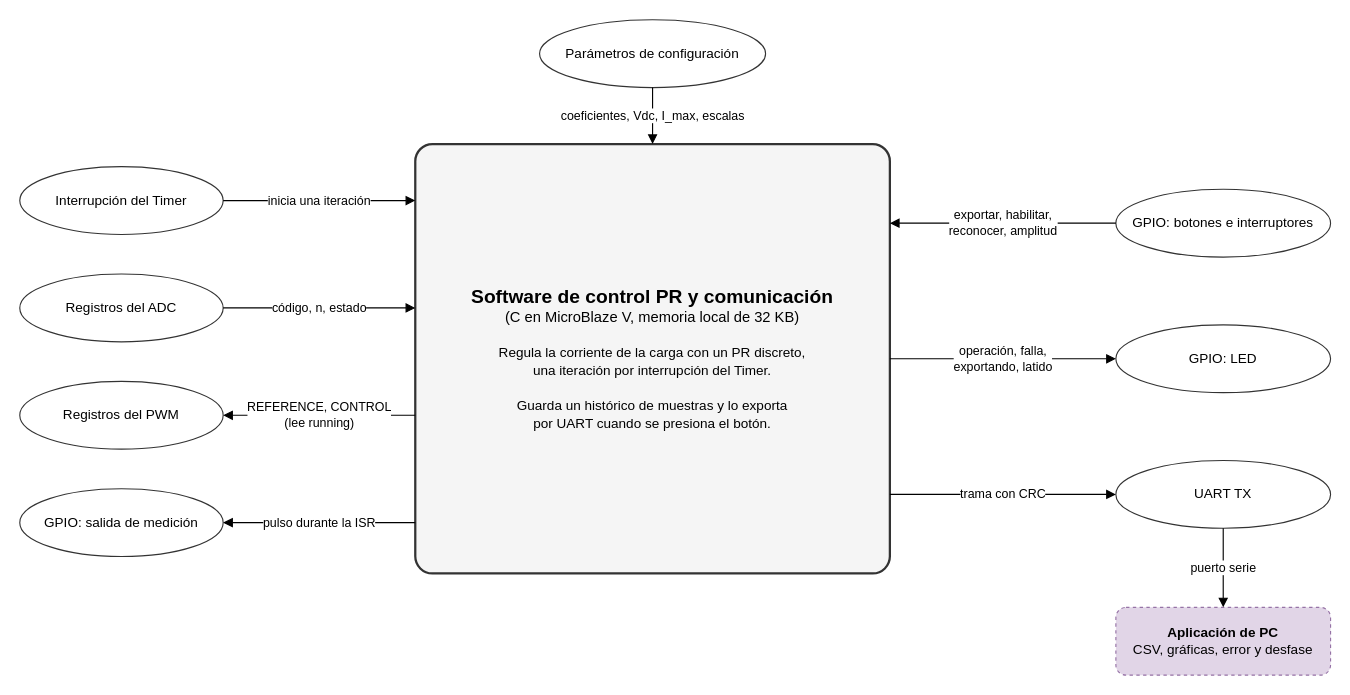
This is Proyecto4_Inversor_Monofasico/docs/diseno/img/nivel_3_software_caja_negra.drawio from aguilar697/Taller-Diseno-de-Sistemas-Digitales, a draw.io file, before an edit. Source tidied: cells renumbered, new cells numbered last; positions are measured from the earlier drawing's top-left corner, leaving out a move shared by most shapes. Both pictures are drawn from the tidied source at 113%, with x=0, y=0 at pixel (19, 19).
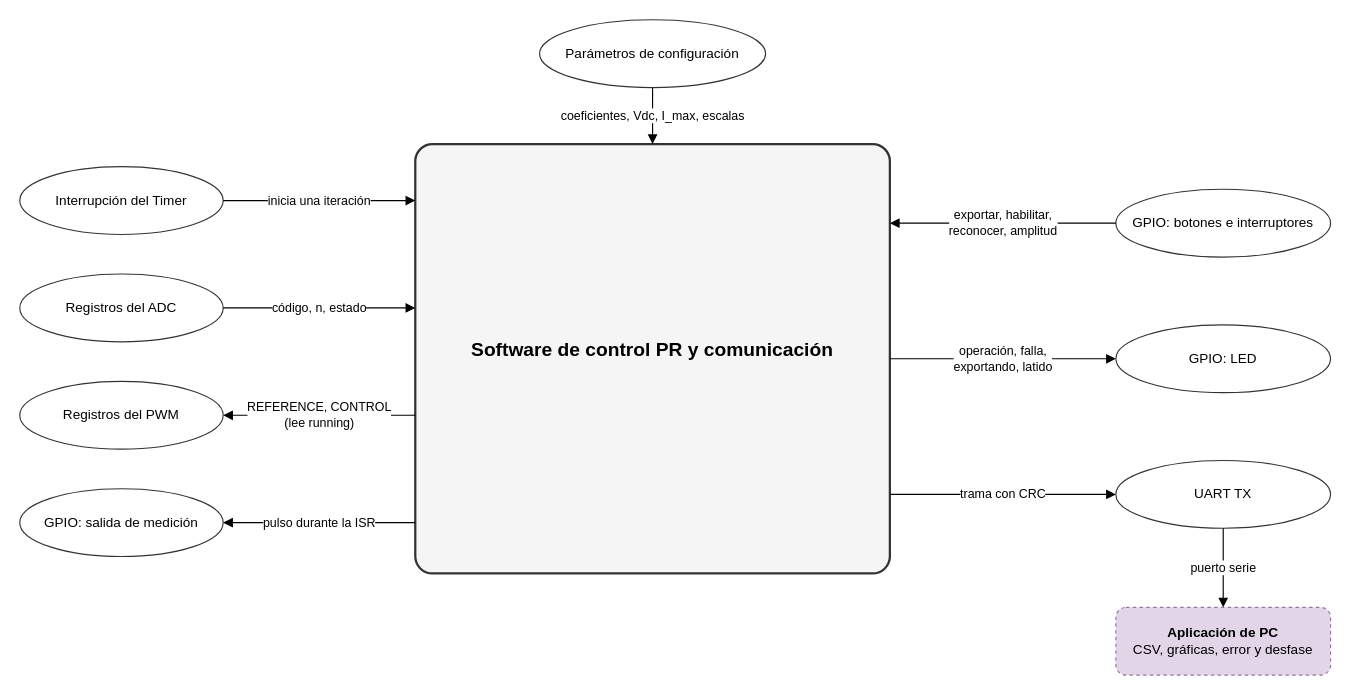
Above is the later version.

Commit message (it also covers changes not shown here):
Simplifica diagramas del software (nivel 3 y 4)

Change to the diagram source:
```diff
@@
-    <mxCell id="2" value="&lt;b style=&quot;font-size:17px&quot;&gt;Software de control PR y comunicación&lt;/b&gt;&lt;br&gt;&lt;span style=&quot;font-size:13px&quot;&gt;(C en MicroBlaze V, memoria local de 32 KB)&lt;/span&gt;&lt;br&gt;&lt;br&gt;&lt;span style=&quot;font-size:12px&quot;&gt;Regula la corriente de la carga con un PR discreto,&lt;br&gt;una iteración por interrupción del Timer.&lt;br&gt;&lt;br&gt;Guarda un histórico de muestras y lo exporta&lt;br&gt;por UART cuando se presiona el botón.&lt;/span&gt;" style="rounded=1;arcSize=4;whiteSpace=wrap;html=1;fillColor=#f5f5f5;strokeColor=#333333;strokeWidth=2;fontSize=13;" parent="1" vertex="1">
+    <mxCell id="2" value="&lt;b style=&quot;font-size:17px&quot;&gt;Software de control PR y comunicación&lt;/b&gt;&lt;div&gt;&lt;br/&gt;&lt;/div&gt;" style="rounded=1;arcSize=4;whiteSpace=wrap;html=1;fillColor=#f5f5f5;strokeColor=#333333;strokeWidth=2;fontSize=13;" parent="1" vertex="1">
       <mxGeometry x="350" y="110" width="420" height="380" as="geometry" />
     </mxCell>
```
